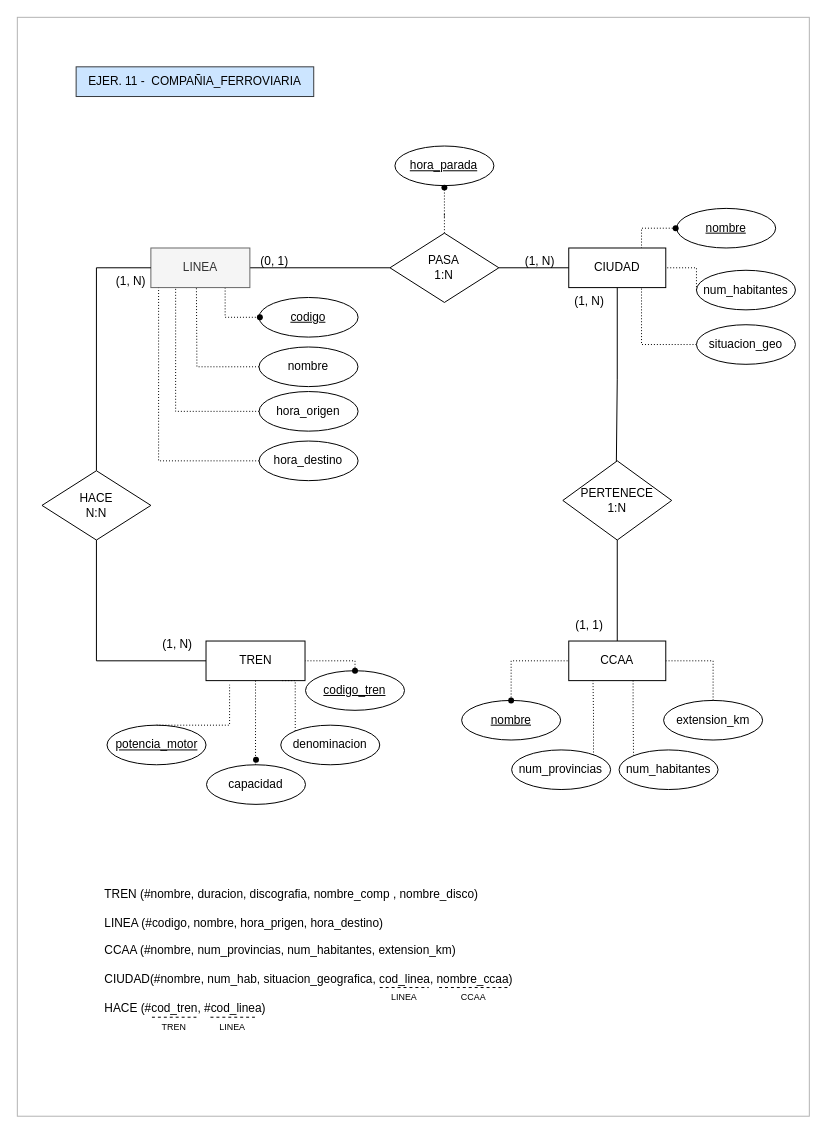
The draw.io diagram ejer11_compañiaFerroviaria_code.drawio in mdrp93/BASE-DE-DATOS, before the edit. Source tidied: cells renumbered, new cells numbered last; positions are measured from the earlier drawing's top-left corner, leaving out a move shared by most shapes. Both pictures are drawn from the tidied source at 99%, with x=0, y=0 at pixel (17, 17).
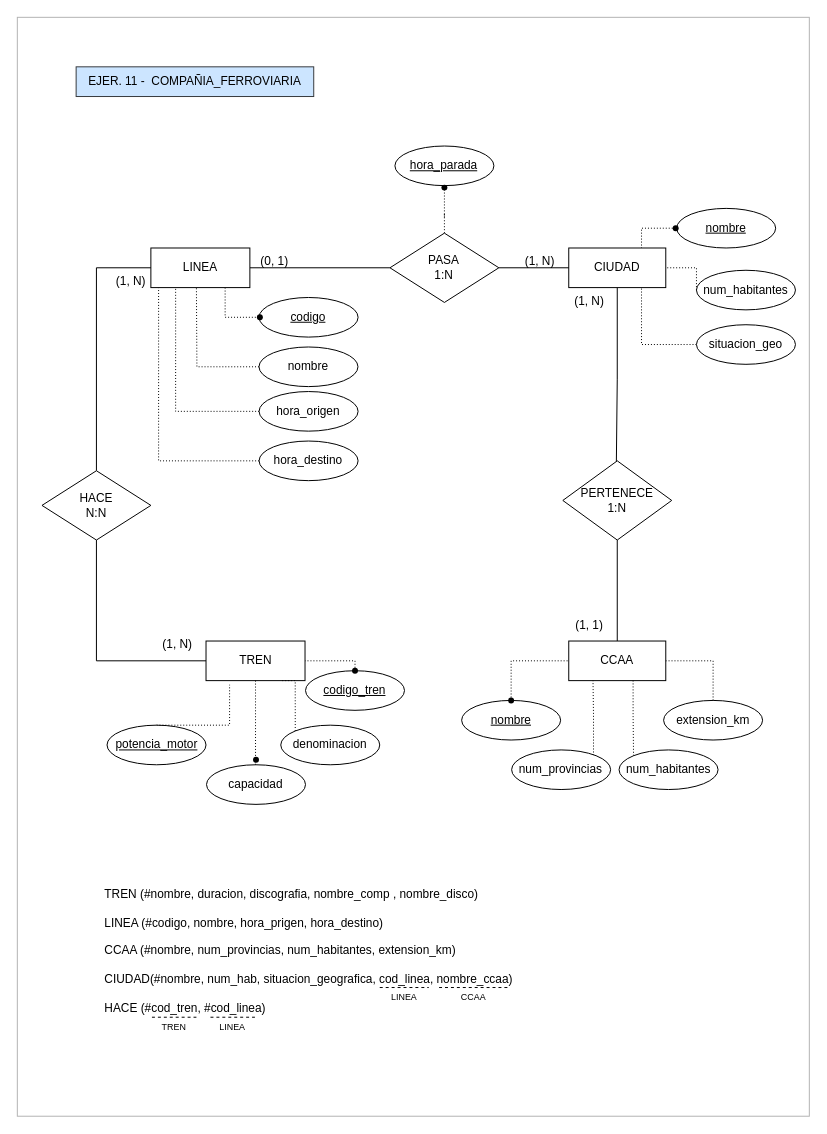
After the change.

What changed in the source:
```diff
@@
-    <mxCell id="8" value="LINEA" style="whiteSpace=wrap;html=1;align=center;fillColor=#f5f5f5;strokeColor=#666666;fontColor=#333333;" parent="1" vertex="1">
+    <mxCell id="8" value="LINEA" style="whiteSpace=wrap;html=1;align=center;" parent="1" vertex="1">
       <mxGeometry x="134.9" y="233" width="100" height="40" as="geometry" />
     </mxCell>
```
